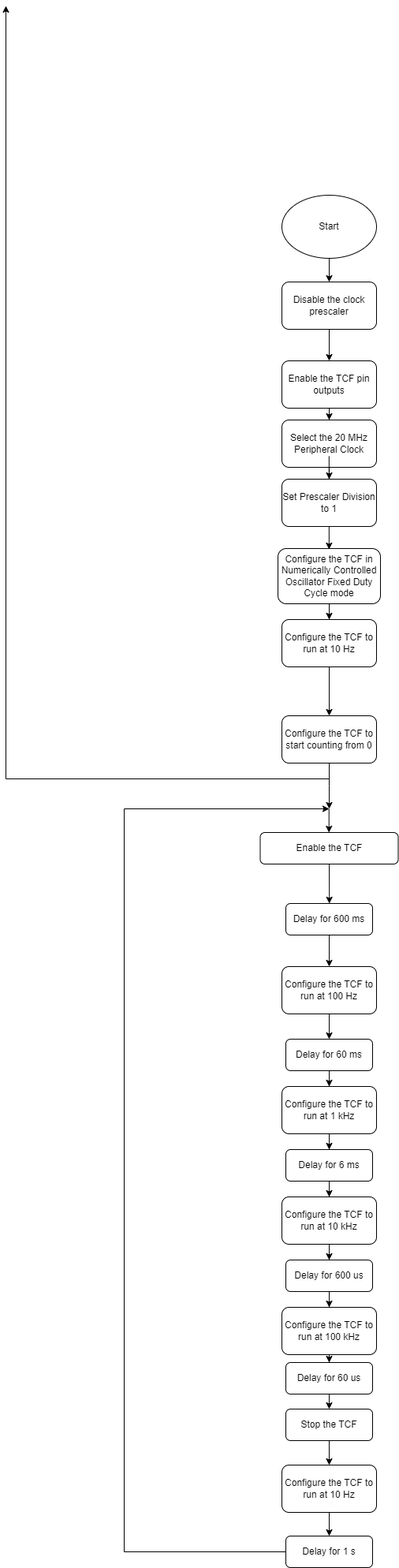
The draw.io diagram images/ncoFixedDutyCycleFlowchart.png in microchip-pic-avr-examples/avr16eb32-getting-started-with-tcf-mplab-bare-metal, before a commit. Source tidied: cells renumbered, new cells last; positions are measured from the earlier drawing's top-left corner, leaving out a move shared by most shapes.
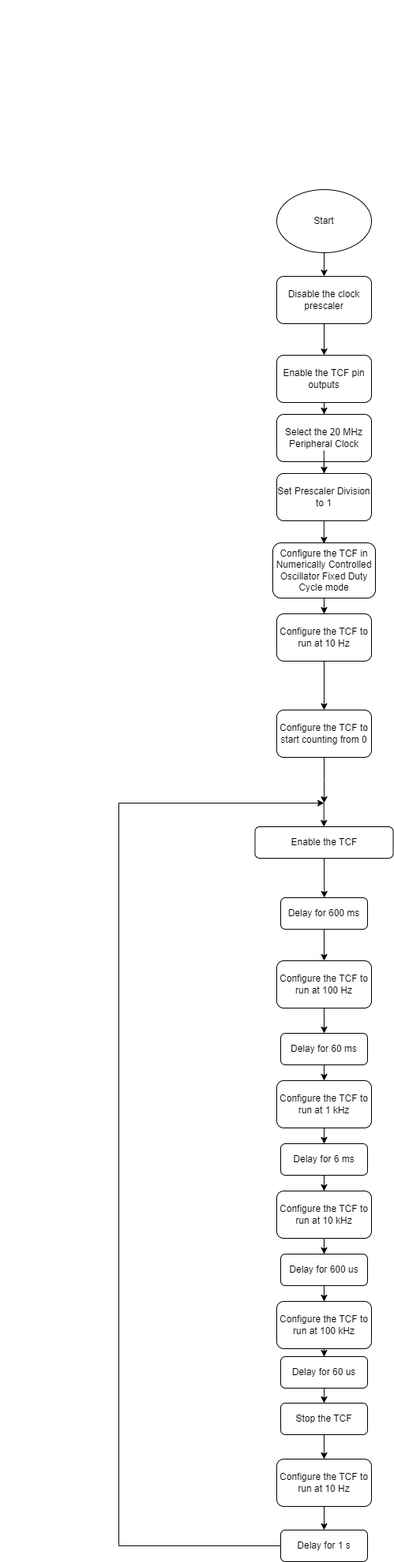
The same file after the commit.

What changed in the source:
```diff
@@ -47,13 +47,6 @@
     <mxCell id="16" value="Configure the TCF to run at 10 Hz" style="rounded=1;whiteSpace=wrap;html=1;" parent="1" vertex="1">
       <mxGeometry x="350" y="778" width="120" height="60" as="geometry" />
     </mxCell>
-    <mxCell id="17" style="edgeStyle=orthogonalEdgeStyle;rounded=0;jettySize=auto;html=1;" parent="1" edge="1" source="19" target="20">
-      <mxGeometry relative="1" as="geometry">
-        <Array as="points">
-          <mxPoint x="410" y="980" />
-        </Array>
-      </mxGeometry>
-    </mxCell>
     <mxCell id="18" style="edgeStyle=orthogonalEdgeStyle;rounded=0;jettySize=auto;html=1;" parent="1" edge="1" source="19">
       <mxGeometry relative="1" as="geometry">
         <mxPoint x="410" y="1018" as="targetPoint" />
```
